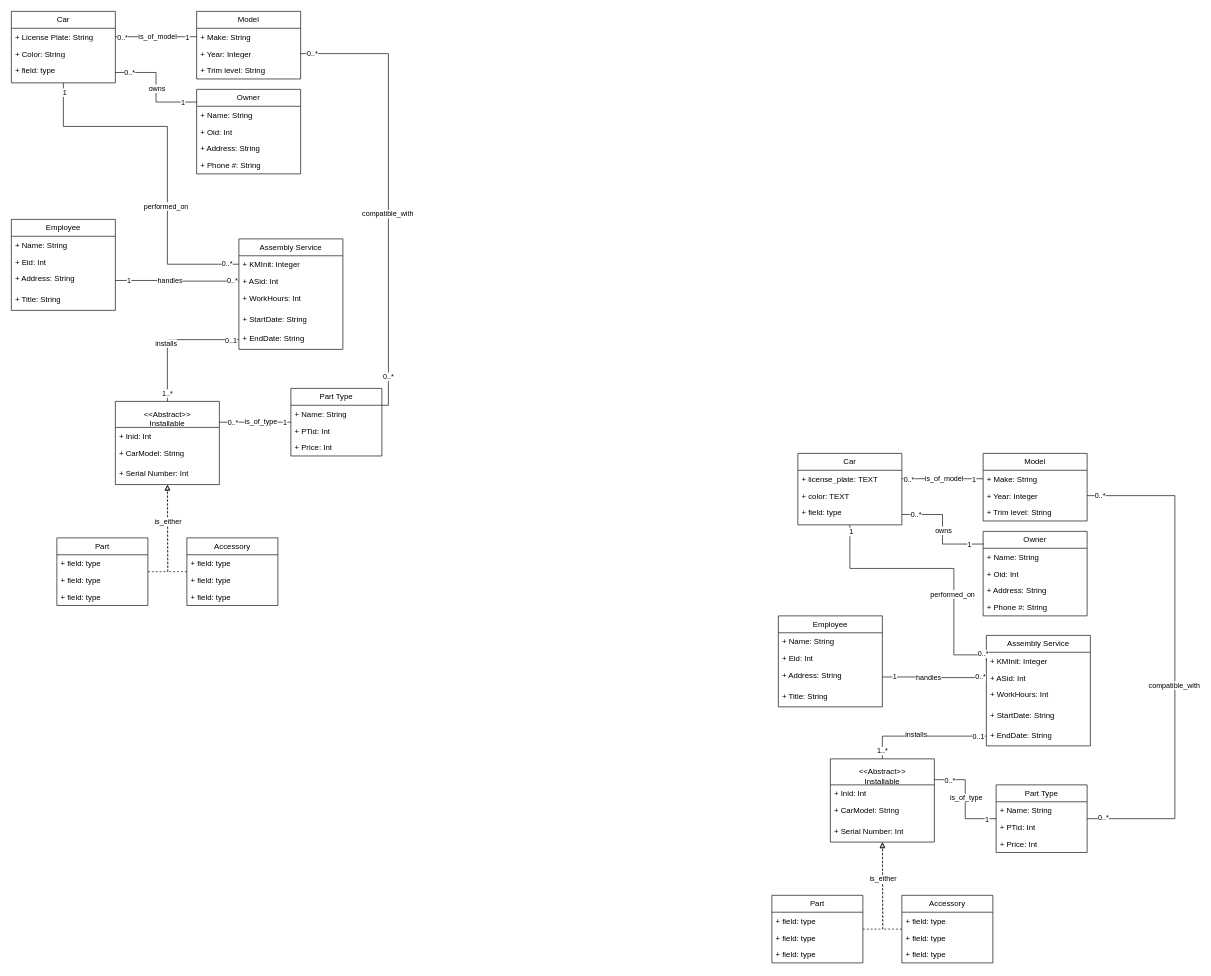
Above: 4314ass1parta.drawio in DylanBriSmith/4313Drawings (draw.io), before the change. Source tidied: cells renumbered, new cells numbered last; positions are measured from the earlier drawing's top-left corner, leaving out a move shared by most shapes. Both pictures are drawn from the tidied source at 65%, with x=0, y=0 at pixel (11, 11).
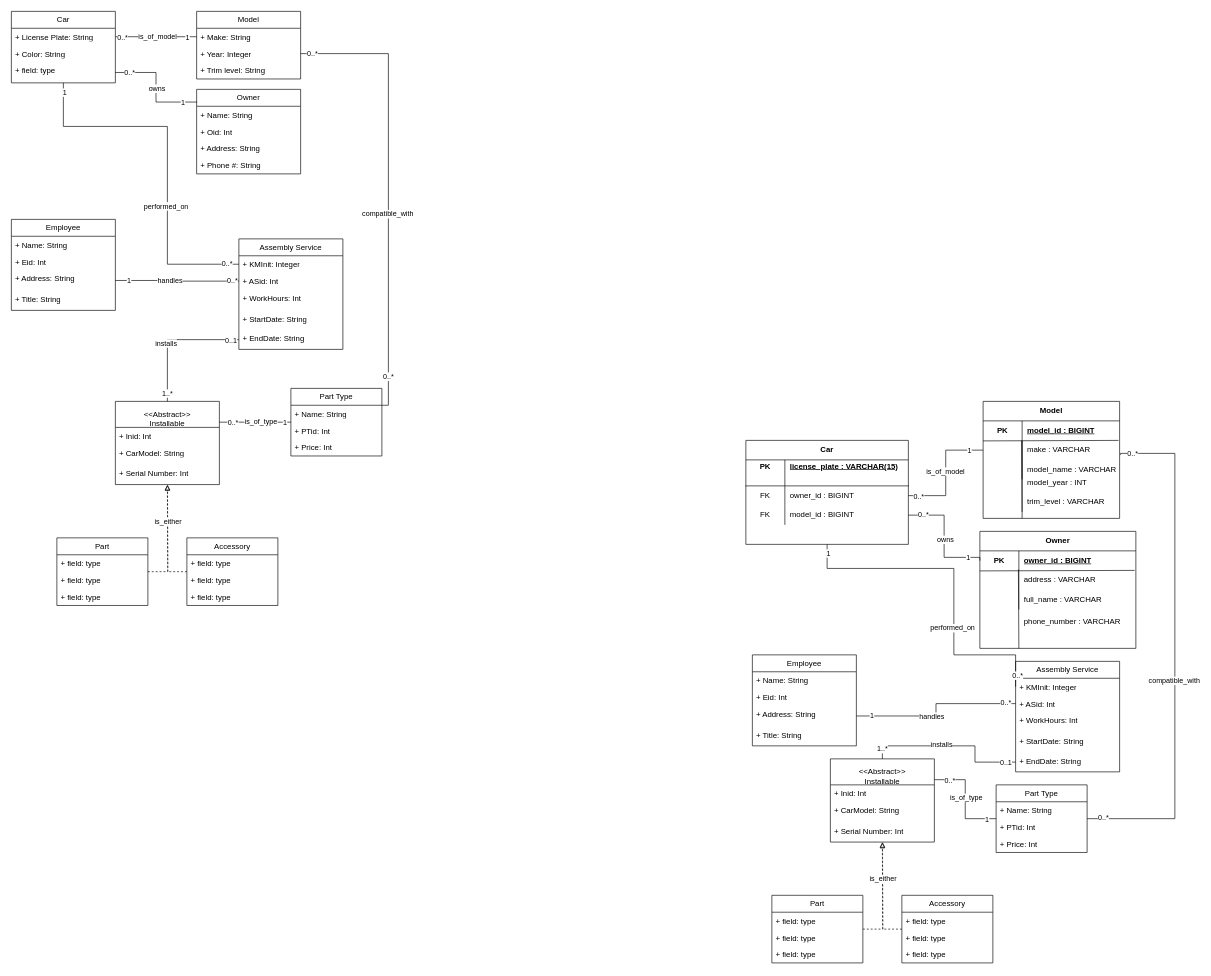
After the change.

Unchanged cells that the change refers to:
```xml
<mxCell id="98" value="+ KMInit: Integer" style="text;strokeColor=none;fillColor=none;align=left;verticalAlign=top;spacingLeft=4;spacingRight=4;overflow=hidden;points=[[0,0.5],[1,0.5]];portConstraint=eastwest;whiteSpace=wrap;html=1;" parent="97" vertex="1">
  <mxGeometry y="26" width="160" height="26" as="geometry" />
</mxCell>
<mxCell id="134" value="Part Type" style="swimlane;fontStyle=0;horizontal=1;startSize=26;fillColor=none;whiteSpace=wrap;html=1;" parent="1" vertex="1">
  <mxGeometry x="1515" y="1190" width="140" height="104" as="geometry" />
</mxCell>
```

What changed in the source:
```diff
@@
-    <mxCell id="72" value="Car" style="swimlane;fontStyle=0;horizontal=1;startSize=26;fillColor=none;whiteSpace=wrap;html=1;" parent="1" vertex="1">
-      <mxGeometry x="1210" y="680" width="160" height="110" as="geometry" />
-    </mxCell>
-    <mxCell id="73" value="+ license_plate: TEXT&lt;span style=&quot;white-space: pre;&quot;&gt;&#9;&lt;/span&gt;&amp;nbsp;" style="text;strokeColor=none;fillColor=none;align=left;verticalAlign=top;spacingLeft=4;spacingRight=4;overflow=hidden;points=[[0,0.5],[1,0.5]];portConstraint=eastwest;whiteSpace=wrap;html=1;" parent="72" vertex="1">
-      <mxGeometry y="26" width="160" height="26" as="geometry" />
-    </mxCell>
-    <mxCell id="74" value="+ color: TEXT&lt;span style=&quot;white-space: pre;&quot;&gt;&#9;&lt;/span&gt;&lt;span style=&quot;white-space: pre;&quot;&gt;&#9;&lt;/span&gt;" style="text;strokeColor=none;fillColor=none;align=left;verticalAlign=top;spacingLeft=4;spacingRight=4;overflow=hidden;whiteSpace=wrap;html=1;" parent="72" vertex="1">
-      <mxGeometry y="52" width="160" height="26" as="geometry" />
-    </mxCell>
-    <mxCell id="75" value="+ field: type" style="text;strokeColor=none;fillColor=none;align=left;verticalAlign=top;spacingLeft=4;spacingRight=4;overflow=hidden;points=[[0,0.5],[1,0.5]];portConstraint=eastwest;whiteSpace=wrap;html=1;" parent="72" vertex="1">
-      <mxGeometry y="78" width="160" height="32" as="geometry" />
-    </mxCell>
-    <mxCell id="76" value="Model" style="swimlane;fontStyle=0;horizontal=1;startSize=26;fillColor=none;whiteSpace=wrap;html=1;" parent="1" vertex="1">
-      <mxGeometry x="1495" y="680" width="160" height="104" as="geometry" />
-    </mxCell>
-    <mxCell id="77" value="+ Make: String&lt;span style=&quot;white-space: pre;&quot;&gt;&#9;&lt;/span&gt;&lt;div&gt;&lt;span style=&quot;white-space: pre;&quot;&gt;&#9;&lt;/span&gt;&amp;nbsp;&lt;span style=&quot;white-space: pre;&quot;&gt;&#9;&lt;/span&gt;&lt;/div&gt;" style="text;strokeColor=none;fillColor=none;align=left;verticalAlign=top;spacingLeft=4;spacingRight=4;overflow=hidden;points=[[0,0.5],[1,0.5]];portConstraint=eastwest;whiteSpace=wrap;html=1;" parent="76" vertex="1">
-      <mxGeometry y="26" width="160" height="26" as="geometry" />
-    </mxCell>
-    <mxCell id="78" value="+ Year: Integer&lt;span style=&quot;white-space: pre;&quot;&gt;&#9;&lt;/span&gt;&lt;span style=&quot;white-space: pre;&quot;&gt;&#9;&lt;/span&gt;" style="text;strokeColor=none;fillColor=none;align=left;verticalAlign=top;spacingLeft=4;spacingRight=4;overflow=hidden;points=[[0,0.5],[1,0.5]];portConstraint=eastwest;whiteSpace=wrap;html=1;" parent="76" vertex="1">
-      <mxGeometry y="52" width="160" height="26" as="geometry" />
-    </mxCell>
-    <mxCell id="79" value="+ Trim level: String" style="text;strokeColor=none;fillColor=none;align=left;verticalAlign=top;spacingLeft=4;spacingRight=4;overflow=hidden;whiteSpace=wrap;html=1;" parent="76" vertex="1">
-      <mxGeometry y="78" width="160" height="26" as="geometry" />
-    </mxCell>
-    <mxCell id="80" style="edgeStyle=orthogonalEdgeStyle;rounded=0;jettySize=auto;html=1;entryX=0;entryY=0.5;entryDx=0;entryDy=0;endArrow=none;endFill=0;" parent="1" edge="1" source="73" target="77">
+    <mxCell id="80" style="edgeStyle=orthogonalEdgeStyle;rounded=0;jettySize=auto;html=1;endArrow=none;endFill=0;exitX=1;exitY=0.5;exitDx=0;exitDy=0;" parent="1" edge="1" source="148" target="160">
       <mxGeometry relative="1" as="geometry" />
     </mxCell>
@@
-    <mxCell id="84" value="Owner" style="swimlane;fontStyle=0;horizontal=1;startSize=26;fillColor=none;whiteSpace=wrap;html=1;" parent="1" vertex="1">
-      <mxGeometry x="1495" y="800" width="160" height="130" as="geometry" />
-    </mxCell>
-    <mxCell id="85" value="+ Name: String&lt;span style=&quot;white-space: pre;&quot;&gt;&#9;&lt;/span&gt;&lt;div&gt;&lt;span style=&quot;white-space: pre;&quot;&gt;&#9;&lt;/span&gt;&amp;nbsp;&lt;span style=&quot;white-space: pre;&quot;&gt;&#9;&lt;/span&gt;&lt;/div&gt;" style="text;strokeColor=none;fillColor=none;align=left;verticalAlign=top;spacingLeft=4;spacingRight=4;overflow=hidden;whiteSpace=wrap;html=1;" parent="84" vertex="1">
-      <mxGeometry y="26" width="160" height="26" as="geometry" />
-    </mxCell>
-    <mxCell id="86" value="+ Oid: Int" style="text;strokeColor=none;fillColor=none;align=left;verticalAlign=top;spacingLeft=4;spacingRight=4;overflow=hidden;whiteSpace=wrap;html=1;" parent="84" vertex="1">
-      <mxGeometry y="52" width="160" height="26" as="geometry" />
-    </mxCell>
-    <mxCell id="87" value="+ Address: String" style="text;strokeColor=none;fillColor=none;align=left;verticalAlign=top;spacingLeft=4;spacingRight=4;overflow=hidden;whiteSpace=wrap;html=1;" parent="84" vertex="1">
-      <mxGeometry y="78" width="160" height="52" as="geometry" />
-    </mxCell>
-    <mxCell id="88" value="+ Phone #: String" style="text;strokeColor=none;fillColor=none;align=left;verticalAlign=top;spacingLeft=4;spacingRight=4;overflow=hidden;whiteSpace=wrap;html=1;" parent="1" vertex="1">
-      <mxGeometry x="1495" y="904" width="160" height="26" as="geometry" />
-    </mxCell>
-    <mxCell id="89" value="1" style="edgeStyle=orthogonalEdgeStyle;rounded=0;jettySize=auto;html=1;endArrow=none;endFill=0;entryX=0.005;entryY=0.15;entryDx=0;entryDy=0;entryPerimeter=0;" parent="1" edge="1" source="75" target="84">
-      <mxGeometry x="0.74" y="-1" relative="1" as="geometry" />
+    <mxCell id="89" value="1" style="edgeStyle=orthogonalEdgeStyle;rounded=0;jettySize=auto;html=1;endArrow=none;endFill=0;entryX=0;entryY=0.5;entryDx=0;entryDy=0;exitX=1;exitY=0.5;exitDx=0;exitDy=0;" parent="1" edge="1" source="151" target="171">
+      <mxGeometry x="0.74" y="-1" relative="1" as="geometry">
+        <Array as="points">
+          <mxPoint x="1435" y="775" />
+          <mxPoint x="1435" y="840" />
+          <mxPoint x="1490" y="840" />
+        </Array>
+      </mxGeometry>
     </mxCell>
@@
     <mxCell id="92" value="Employee" style="swimlane;fontStyle=0;horizontal=1;startSize=26;fillColor=none;whiteSpace=wrap;html=1;" parent="1" vertex="1">
-      <mxGeometry x="1180" y="930" width="160" height="140" as="geometry" />
+      <mxGeometry x="1140" y="990" width="160" height="140" as="geometry" />
     </mxCell>
@@
     <mxCell id="97" value="Assembly Service" style="swimlane;fontStyle=0;horizontal=1;startSize=26;fillColor=none;whiteSpace=wrap;html=1;" parent="1" vertex="1">
-      <mxGeometry x="1500" y="960" width="160" height="170" as="geometry" />
+      <mxGeometry x="1545" y="1000" width="160" height="170" as="geometry" />
     </mxCell>
@@
-    <mxCell id="107" style="edgeStyle=orthogonalEdgeStyle;rounded=0;jettySize=auto;html=1;entryX=0;entryY=0.5;entryDx=0;entryDy=0;endArrow=none;endFill=0;" parent="1" edge="1" source="75" target="98">
+    <mxCell id="107" style="edgeStyle=orthogonalEdgeStyle;rounded=0;jettySize=auto;html=1;entryX=0;entryY=0.5;entryDx=0;entryDy=0;endArrow=none;endFill=0;exitX=0.5;exitY=1;exitDx=0;exitDy=0;" parent="1" edge="1" source="72" target="98">
       <mxGeometry relative="1" as="geometry">
         <Array as="points">
-          <mxPoint x="1290" y="857" />
+          <mxPoint x="1255" y="857" />
           <mxPoint x="1450" y="857" />
           <mxPoint x="1450" y="990" />
-          <mxPoint x="1500" y="990" />
+          <mxPoint x="1545" y="990" />
         </Array>
       </mxGeometry>
     </mxCell>
@@
-    <mxCell id="126" style="edgeStyle=orthogonalEdgeStyle;rounded=0;jettySize=auto;html=1;entryX=1;entryY=0.5;entryDx=0;entryDy=0;endArrow=none;endFill=0;" parent="1" edge="1" source="134" target="78">
+    <mxCell id="126" style="edgeStyle=orthogonalEdgeStyle;rounded=0;jettySize=auto;html=1;entryX=1.007;entryY=0.747;entryDx=0;entryDy=0;endArrow=none;endFill=0;entryPerimeter=0;" parent="1" edge="1" source="134" target="160">
       <mxGeometry relative="1" as="geometry">
         <Array as="points">
           <mxPoint x="1790" y="1242" />
-          <mxPoint x="1790" y="745" />
+          <mxPoint x="1790" y="680" />
+          <mxPoint x="1707" y="680" />
         </Array>
       </mxGeometry>
     </mxCell>
@@
+    <mxCell id="72" value="Car" style="shape=table;startSize=30;childLayout=tableLayout;rowLines=0;fontStyle=1;align=center;html=1;whiteSpace=wrap;" parent="1" vertex="1">
+      <mxGeometry x="1130" y="660" width="250" height="160" as="geometry" />
+    </mxCell>
+    <mxCell id="142" style="shape=tableRow;horizontal=0;startSize=0;swimlaneHead=0;swimlaneBody=0;fillColor=none;top=0;left=0;right=0;bottom=0;html=1;" parent="72" vertex="1">
+      <mxGeometry y="30" width="250" height="20" as="geometry" />
+    </mxCell>
+    <mxCell id="143" value="PK" style="shape=partialRectangle;fillColor=none;top=0;left=0;bottom=0;right=0;fontStyle=1;overflow=hidden;html=1;whiteSpace=wrap;" parent="142" vertex="1">
+      <mxGeometry width="60" height="20" as="geometry" />
+    </mxCell>
+    <mxCell id="144" value="license_plate : VARCHAR(15)" style="shape=partialRectangle;fillColor=none;top=0;left=0;bottom=0;right=0;align=left;spacingLeft=6;fontStyle=5;overflow=hidden;html=1;whiteSpace=wrap;" parent="142" vertex="1">
+      <mxGeometry x="60" width="190" height="20" as="geometry" />
+    </mxCell>
+    <mxCell id="145" style="shape=tableRow;horizontal=0;startSize=0;swimlaneHead=0;swimlaneBody=0;fillColor=none;top=0;left=0;right=0;bottom=1;html=1;" parent="72" vertex="1">
+      <mxGeometry y="50" width="250" height="20" as="geometry" />
+    </mxCell>
+    <mxCell id="146" style="shape=partialRectangle;fillColor=none;top=0;left=0;bottom=0;right=0;fontStyle=1;overflow=hidden;html=1;whiteSpace=wrap;" parent="145" vertex="1">
+      <mxGeometry width="60" height="20" as="geometry" />
+    </mxCell>
+    <mxCell id="147" style="shape=partialRectangle;fillColor=none;top=0;left=0;bottom=0;right=0;align=left;spacingLeft=6;fontStyle=5;overflow=hidden;html=1;whiteSpace=wrap;" parent="145" vertex="1">
+      <mxGeometry x="60" width="190" height="20" as="geometry" />
+    </mxCell>
+    <mxCell id="148" style="shape=tableRow;horizontal=0;startSize=0;swimlaneHead=0;swimlaneBody=0;fillColor=none;points=[[0,0.5],[1,0.5]];portConstraint=eastwest;top=0;left=0;right=0;bottom=0;html=1;" parent="72" vertex="1">
+      <mxGeometry y="70" width="250" height="30" as="geometry" />
+    </mxCell>
+    <mxCell id="149" value="FK" style="shape=partialRectangle;fillColor=none;top=0;left=0;bottom=0;right=0;overflow=hidden;html=1;whiteSpace=wrap;" parent="148" vertex="1">
+      <mxGeometry width="60" height="30" as="geometry" />
+    </mxCell>
+    <mxCell id="150" value="owner_id : BIGINT" style="shape=partialRectangle;fillColor=none;top=0;left=0;bottom=0;right=0;align=left;spacingLeft=6;overflow=hidden;html=1;whiteSpace=wrap;" parent="148" vertex="1">
+      <mxGeometry x="60" width="190" height="30" as="geometry" />
+    </mxCell>
+    <mxCell id="151" style="shape=tableRow;horizontal=0;startSize=0;swimlaneHead=0;swimlaneBody=0;fillColor=none;points=[[0,0.5],[1,0.5]];portConstraint=eastwest;top=0;left=0;right=0;bottom=0;html=1;" parent="72" vertex="1">
+      <mxGeometry y="100" width="250" height="30" as="geometry" />
+    </mxCell>
+    <mxCell id="152" value="FK" style="shape=partialRectangle;fillColor=none;top=0;left=0;bottom=0;right=0;overflow=hidden;html=1;whiteSpace=wrap;" parent="151" vertex="1">
+      <mxGeometry width="60" height="30" as="geometry" />
+    </mxCell>
+    <mxCell id="153" value="model_id : BIGINT" style="shape=partialRectangle;fillColor=none;top=0;left=0;bottom=0;right=0;align=left;spacingLeft=6;overflow=hidden;html=1;whiteSpace=wrap;" parent="151" vertex="1">
+      <mxGeometry x="60" width="190" height="30" as="geometry" />
+    </mxCell>
+    <mxCell id="154" style="shape=tableRow;horizontal=0;startSize=0;swimlaneHead=0;swimlaneBody=0;fillColor=none;top=0;left=0;right=0;bottom=0;html=1;" parent="1" vertex="1">
+      <mxGeometry x="950" y="820" width="180" height="30" as="geometry" />
+    </mxCell>
+    <mxCell id="155" style="shape=tableRow;horizontal=0;startSize=0;swimlaneHead=0;swimlaneBody=0;fillColor=none;top=0;left=0;right=0;bottom=0;html=1;" parent="1" vertex="1">
+      <mxGeometry x="930" y="800" width="180" height="30" as="geometry" />
+    </mxCell>
+    <mxCell id="156" style="shape=partialRectangle;fillColor=none;top=0;left=0;bottom=0;right=0;overflow=hidden;html=1;whiteSpace=wrap;" parent="155" vertex="1">
+      <mxGeometry width="60" height="30" as="geometry" />
+    </mxCell>
+    <mxCell id="76" value="Model" style="shape=table;startSize=30;childLayout=tableLayout;rowLines=0;fontStyle=1;align=center;html=1;whiteSpace=wrap;" parent="1" vertex="1">
+      <mxGeometry x="1495" y="600" width="210" height="180" as="geometry" />
+    </mxCell>
+    <mxCell id="157" style="shape=tableRow;horizontal=0;startSize=0;swimlaneHead=0;swimlaneBody=0;fillColor=none;top=0;left=0;right=0;bottom=0;html=1;" parent="76" vertex="1">
+      <mxGeometry y="30" width="210" height="30" as="geometry" />
+    </mxCell>
+    <mxCell id="158" value="PK" style="shape=partialRectangle;fillColor=none;top=0;left=0;bottom=0;right=0;fontStyle=1;overflow=hidden;html=1;whiteSpace=wrap;" parent="157" vertex="1">
+      <mxGeometry width="60" height="30" as="geometry" />
+    </mxCell>
+    <mxCell id="159" value="model_id : BIGINT" style="shape=partialRectangle;fillColor=none;top=0;left=0;bottom=0;right=0;align=left;spacingLeft=6;fontStyle=5;overflow=hidden;html=1;whiteSpace=wrap;" parent="157" vertex="1">
+      <mxGeometry x="60" width="150" height="30" as="geometry" />
+    </mxCell>
+    <mxCell id="160" style="shape=tableRow;horizontal=0;startSize=0;swimlaneHead=0;swimlaneBody=0;fillColor=none;points=[[0,0.5],[1,0.5]];portConstraint=eastwest;top=0;left=0;right=0;bottom=0;html=1;" parent="76" vertex="1">
+      <mxGeometry y="60" width="210" height="30" as="geometry" />
+    </mxCell>
+    <mxCell id="161" style="shape=partialRectangle;fillColor=none;top=0;left=0;bottom=0;right=0;overflow=hidden;html=1;whiteSpace=wrap;" parent="160" vertex="1">
+      <mxGeometry width="60" height="30" as="geometry" />
+    </mxCell>
+    <mxCell id="162" value="make : VARCHAR" style="shape=partialRectangle;fillColor=none;top=0;left=0;bottom=0;right=0;align=left;spacingLeft=6;overflow=hidden;html=1;whiteSpace=wrap;" parent="160" vertex="1">
+      <mxGeometry x="60" width="150" height="30" as="geometry" />
+    </mxCell>
+    <mxCell id="163" style="shape=tableRow;horizontal=0;startSize=0;swimlaneHead=0;swimlaneBody=0;fillColor=none;top=0;left=0;right=0;bottom=0;html=1;" parent="76" vertex="1">
+      <mxGeometry y="90" width="210" height="30" as="geometry" />
+    </mxCell>
+    <mxCell id="164" style="shape=partialRectangle;fillColor=none;top=0;left=0;bottom=0;right=0;overflow=hidden;html=1;whiteSpace=wrap;" parent="163" vertex="1">
+      <mxGeometry width="60" height="30" as="geometry" />
+    </mxCell>
+    <mxCell id="165" value="model_name : VARCHAR" style="shape=partialRectangle;fillColor=none;top=0;left=0;bottom=0;right=0;align=left;spacingLeft=6;overflow=hidden;html=1;whiteSpace=wrap;" parent="163" vertex="1">
+      <mxGeometry x="60" width="150" height="30" as="geometry" />
+    </mxCell>
+    <mxCell id="166" style="endArrow=none;html=1;rounded=0;entryX=0.992;entryY=0.001;entryDx=0;entryDy=0;entryPerimeter=0;exitX=0;exitY=0.027;exitDx=0;exitDy=0;exitPerimeter=0;" parent="76" edge="1" source="160" target="160">
+      <mxGeometry relative="1" as="geometry" />
+    </mxCell>
+    <mxCell id="167" value="model_year : INT" style="shape=partialRectangle;fillColor=none;top=0;left=0;bottom=0;right=0;align=left;spacingLeft=6;overflow=hidden;html=1;whiteSpace=wrap;" parent="1" vertex="1">
+      <mxGeometry x="1555" y="710" width="150" height="30" as="geometry" />
+    </mxCell>
+    <mxCell id="168" value="trim_level : VARCHAR" style="shape=partialRectangle;fillColor=none;top=0;left=0;bottom=0;right=0;align=left;spacingLeft=6;overflow=hidden;html=1;whiteSpace=wrap;" parent="1" vertex="1">
+      <mxGeometry x="1555" y="740" width="150" height="30" as="geometry" />
+    </mxCell>
+    <mxCell id="169" style="endArrow=none;html=1;rounded=0;exitX=0.284;exitY=0.013;exitDx=0;exitDy=0;exitPerimeter=0;" parent="1" edge="1" source="160">
+      <mxGeometry relative="1" as="geometry">
+        <mxPoint x="1555" y="770" as="targetPoint" />
+      </mxGeometry>
+    </mxCell>
+    <mxCell id="170" style="endArrow=none;html=1;rounded=0;exitX=0.284;exitY=0.013;exitDx=0;exitDy=0;exitPerimeter=0;" parent="1" edge="1" source="160">
+      <mxGeometry relative="1" as="geometry">
+        <mxPoint x="1555" y="780" as="targetPoint" />
+      </mxGeometry>
+    </mxCell>
+    <mxCell id="84" value="Owner" style="shape=table;startSize=30;childLayout=tableLayout;rowLines=0;fontStyle=1;align=center;html=1;whiteSpace=wrap;" parent="1" vertex="1">
+      <mxGeometry x="1490" y="800" width="240" height="180" as="geometry" />
+    </mxCell>
+    <mxCell id="171" style="shape=tableRow;horizontal=0;startSize=0;swimlaneHead=0;swimlaneBody=0;fillColor=none;points=[[0,0.5],[1,0.5]];portConstraint=eastwest;top=0;left=0;right=0;bottom=0;html=1;" parent="84" vertex="1">
+      <mxGeometry y="30" width="240" height="30" as="geometry" />
+    </mxCell>
+    <mxCell id="172" value="PK" style="shape=partialRectangle;fillColor=none;top=0;left=0;bottom=0;right=0;fontStyle=1;overflow=hidden;html=1;whiteSpace=wrap;" parent="171" vertex="1">
+      <mxGeometry width="60" height="30" as="geometry" />
+    </mxCell>
+    <mxCell id="173" value="owner_id : BIGINT" style="shape=partialRectangle;fillColor=none;top=0;left=0;bottom=0;right=0;align=left;spacingLeft=6;fontStyle=5;overflow=hidden;html=1;whiteSpace=wrap;" parent="171" vertex="1">
+      <mxGeometry x="60" width="180" height="30" as="geometry" />
+    </mxCell>
+    <mxCell id="174" style="shape=tableRow;horizontal=0;startSize=0;swimlaneHead=0;swimlaneBody=0;fillColor=none;points=[[0,0.5],[1,0.5]];portConstraint=eastwest;top=0;left=0;right=0;bottom=0;html=1;" parent="84" vertex="1">
+      <mxGeometry y="60" width="240" height="30" as="geometry" />
+    </mxCell>
+    <mxCell id="175" style="shape=partialRectangle;fillColor=none;top=0;left=0;bottom=0;right=0;overflow=hidden;html=1;whiteSpace=wrap;" parent="174" vertex="1">
+      <mxGeometry width="60" height="30" as="geometry" />
+    </mxCell>
+    <mxCell id="176" value="address : VARCHAR" style="shape=partialRectangle;fillColor=none;top=0;left=0;bottom=0;right=0;align=left;spacingLeft=6;overflow=hidden;html=1;whiteSpace=wrap;" parent="174" vertex="1">
+      <mxGeometry x="60" width="180" height="30" as="geometry" />
+    </mxCell>
+    <mxCell id="177" style="shape=tableRow;horizontal=0;startSize=0;swimlaneHead=0;swimlaneBody=0;fillColor=none;top=0;left=0;right=0;bottom=0;html=1;" parent="84" vertex="1">
+      <mxGeometry y="90" width="240" height="30" as="geometry" />
+    </mxCell>
+    <mxCell id="178" style="shape=partialRectangle;fillColor=none;top=0;left=0;bottom=0;right=0;overflow=hidden;html=1;whiteSpace=wrap;" parent="177" vertex="1">
+      <mxGeometry width="60" height="30" as="geometry" />
+    </mxCell>
+    <mxCell id="179" value="full_name : VARCHAR" style="shape=partialRectangle;fillColor=none;top=0;left=0;bottom=0;right=0;align=left;spacingLeft=6;overflow=hidden;html=1;whiteSpace=wrap;" parent="177" vertex="1">
+      <mxGeometry x="60" width="180" height="30" as="geometry" />
+    </mxCell>
+    <mxCell id="180" style="endArrow=none;html=1;rounded=0;entryX=0.992;entryY=0.001;entryDx=0;entryDy=0;entryPerimeter=0;exitX=0;exitY=0.027;exitDx=0;exitDy=0;exitPerimeter=0;" parent="84" edge="1" source="174" target="174">
+      <mxGeometry relative="1" as="geometry" />
+    </mxCell>
+    <mxCell id="181" style="endArrow=none;html=1;rounded=0;exitX=0.247;exitY=-0.045;exitDx=0;exitDy=0;exitPerimeter=0;entryX=0.25;entryY=1;entryDx=0;entryDy=0;" parent="84" edge="1" source="174" target="84">
+      <mxGeometry relative="1" as="geometry" />
+    </mxCell>
+    <mxCell id="182" value="phone_number : VARCHAR" style="shape=partialRectangle;fillColor=none;top=0;left=0;bottom=0;right=0;align=left;spacingLeft=6;overflow=hidden;html=1;whiteSpace=wrap;" parent="1" vertex="1">
+      <mxGeometry x="1550" y="924" width="180" height="30" as="geometry" />
+    </mxCell>
```
